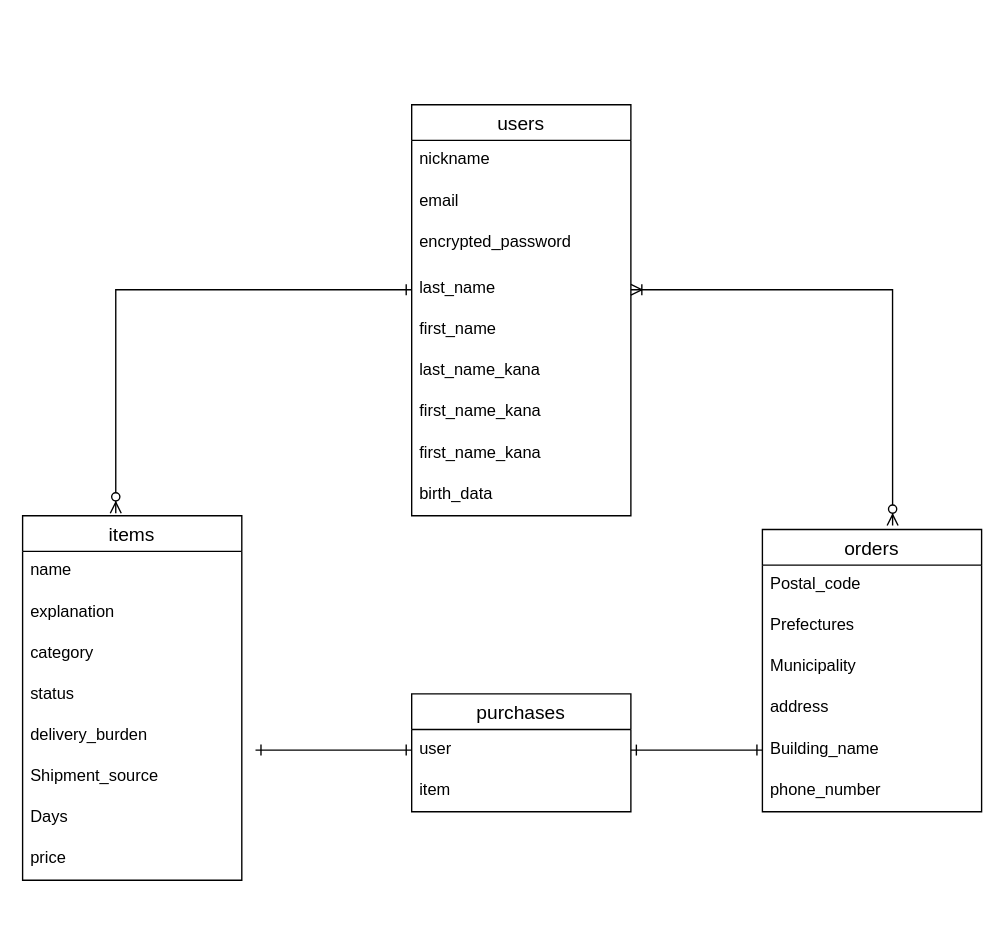
Above: furimo.dio in KimFight/furima-32013 (draw.io), before the change. Source tidied: cells renumbered, new cells numbered last; positions are measured from the earlier drawing's top-left corner, leaving out a move shared by most shapes. Both pictures are drawn from the tidied source at 137%, with x=0, y=0 at pixel (22, 104).
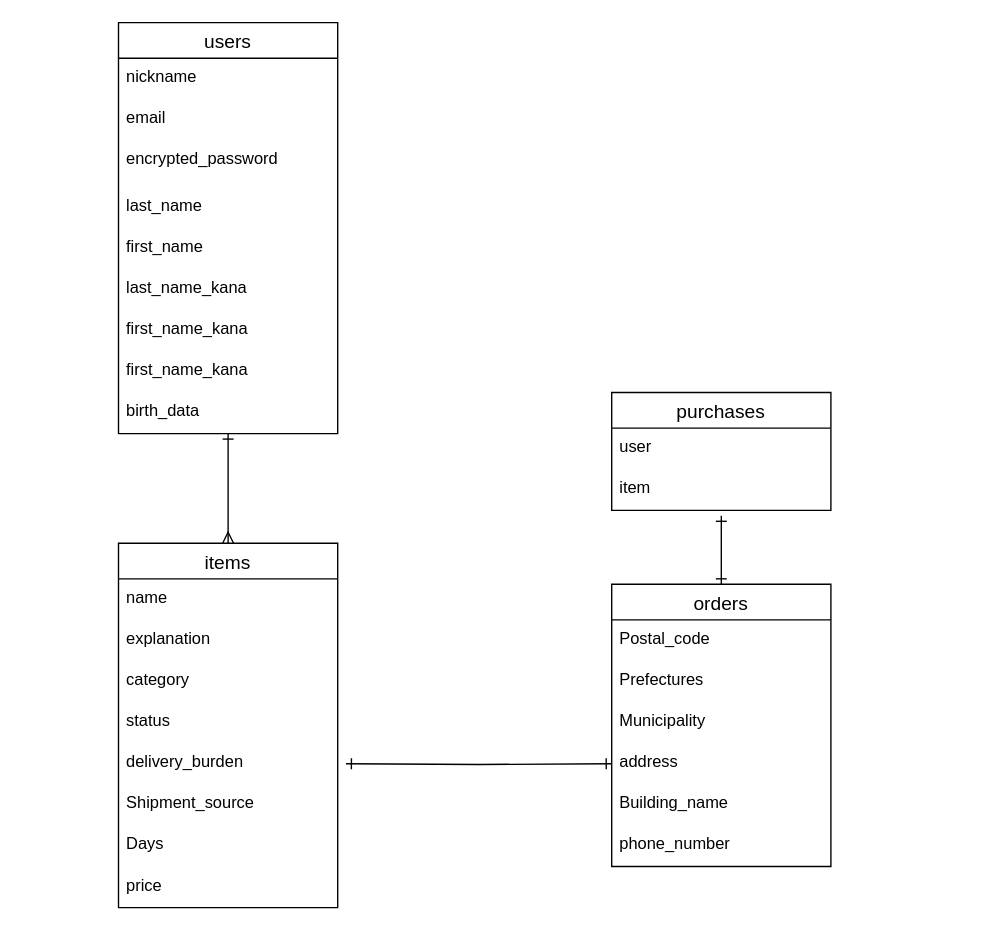
After the change.

The change refers to these unchanged cells:
```xml
<mxCell id="15" value="address" style="text;strokeColor=none;fillColor=none;spacingLeft=4;spacingRight=4;overflow=hidden;points=[[0,0.5],[1,0.5]];portConstraint=eastwest;fontSize=12;" parent="11" vertex="1">
  <mxGeometry y="116" width="160" height="30" as="geometry" />
</mxCell>
<mxCell id="16" value="Building_name" style="text;strokeColor=none;fillColor=none;spacingLeft=4;spacingRight=4;overflow=hidden;points=[[0,0.5],[1,0.5]];portConstraint=eastwest;fontSize=12;" parent="11" vertex="1">
  <mxGeometry y="146" width="160" height="30" as="geometry" />
</mxCell>
<mxCell id="31" value="user" style="text;strokeColor=none;fillColor=none;spacingLeft=4;spacingRight=4;overflow=hidden;points=[[0,0.5],[1,0.5]];portConstraint=eastwest;fontSize=12;" parent="30" vertex="1">
  <mxGeometry y="26" width="160" height="30" as="geometry" />
</mxCell>
```

Change to the diagram source:
```diff
@@
+    <mxCell id="34" style="edgeStyle=orthogonalEdgeStyle;rounded=0;jettySize=auto;html=1;entryX=0;entryY=0.5;entryDx=0;entryDy=0;startArrow=ERone;startFill=0;endArrow=ERone;endFill=0;" parent="1" edge="1" target="15">
+      <mxGeometry relative="1" as="geometry">
+        <mxPoint x="236" y="481" as="sourcePoint" />
+      </mxGeometry>
+    </mxCell>
     <mxCell id="2" value="items" style="swimlane;fontStyle=0;horizontal=1;startSize=26;align=center;fontSize=14;" parent="1" vertex="1">
-      <mxGeometry y="300" width="160" height="266" as="geometry" />
+      <mxGeometry x="70" y="320" width="160" height="266" as="geometry" />
     </mxCell>
@@
+    <mxCell id="35" style="edgeStyle=orthogonalEdgeStyle;rounded=0;jettySize=auto;html=1;startArrow=ERone;startFill=0;endArrow=ERone;endFill=0;" parent="1" edge="1" source="11">
+      <mxGeometry relative="1" as="geometry">
+        <mxPoint x="510" y="300" as="targetPoint" />
+      </mxGeometry>
+    </mxCell>
     <mxCell id="11" value="orders" style="swimlane;fontStyle=0;horizontal=1;startSize=26;align=center;fontSize=14;" parent="1" vertex="1">
-      <mxGeometry x="540" y="310" width="160" height="206" as="geometry" />
+      <mxGeometry x="430" y="350" width="160" height="206" as="geometry" />
     </mxCell>
@@
+    <mxCell id="36" style="edgeStyle=orthogonalEdgeStyle;rounded=0;jettySize=auto;html=1;entryX=0.5;entryY=0;entryDx=0;entryDy=0;startArrow=ERone;startFill=0;endArrow=ERmany;endFill=0;" parent="1" edge="1" source="18" target="2">
+      <mxGeometry relative="1" as="geometry" />
+    </mxCell>
     <mxCell id="18" value="users" style="swimlane;fontStyle=0;horizontal=1;startSize=26;align=center;fontSize=14;" parent="1" vertex="1">
-      <mxGeometry x="284" width="160" height="300" as="geometry" />
+      <mxGeometry x="70" y="-60" width="160" height="300" as="geometry" />
     </mxCell>
@@
-    <mxCell id="28" style="edgeStyle=none;rounded=0;jettySize=auto;html=1;entryX=0.594;entryY=-0.014;entryDx=0;entryDy=0;entryPerimeter=0;startArrow=ERoneToMany;startFill=0;endArrow=ERzeroToMany;endFill=1;exitX=1;exitY=0.5;exitDx=0;exitDy=0;" parent="1" edge="1" target="11">
-      <mxGeometry relative="1" as="geometry">
-        <mxPoint x="444" y="135" as="sourcePoint" />
-        <Array as="points">
-          <mxPoint x="635" y="135" />
-        </Array>
-      </mxGeometry>
-    </mxCell>
-    <mxCell id="29" style="edgeStyle=none;rounded=0;jettySize=auto;html=1;entryX=0.425;entryY=-0.007;entryDx=0;entryDy=0;entryPerimeter=0;startArrow=ERone;startFill=0;endArrow=ERzeroToMany;endFill=1;exitX=0;exitY=0.5;exitDx=0;exitDy=0;" parent="1" edge="1" target="2">
-      <mxGeometry relative="1" as="geometry">
-        <mxPoint x="284" y="135" as="sourcePoint" />
-        <Array as="points">
-          <mxPoint x="68" y="135" />
-        </Array>
-      </mxGeometry>
-    </mxCell>
     <mxCell id="30" value="purchases" style="swimlane;fontStyle=0;horizontal=1;startSize=26;align=center;fontSize=14;" parent="1" vertex="1">
-      <mxGeometry x="284" y="430" width="160" height="86" as="geometry" />
+      <mxGeometry x="430" y="210" width="160" height="86" as="geometry" />
     </mxCell>
@@
-    <mxCell id="33" style="edgeStyle=orthogonalEdgeStyle;rounded=0;jettySize=auto;html=1;exitX=1;exitY=0.5;exitDx=0;exitDy=0;startArrow=ERone;startFill=0;endArrow=ERone;endFill=0;" parent="1" edge="1" source="31" target="16">
-      <mxGeometry relative="1" as="geometry" />
-    </mxCell>
-    <mxCell id="34" style="edgeStyle=orthogonalEdgeStyle;rounded=0;jettySize=auto;html=1;exitX=0;exitY=0.5;exitDx=0;exitDy=0;startArrow=ERone;startFill=0;endArrow=ERone;endFill=0;" parent="1" edge="1" source="31">
-      <mxGeometry relative="1" as="geometry">
-        <mxPoint x="170" y="471" as="targetPoint" />
-      </mxGeometry>
-    </mxCell>
```
